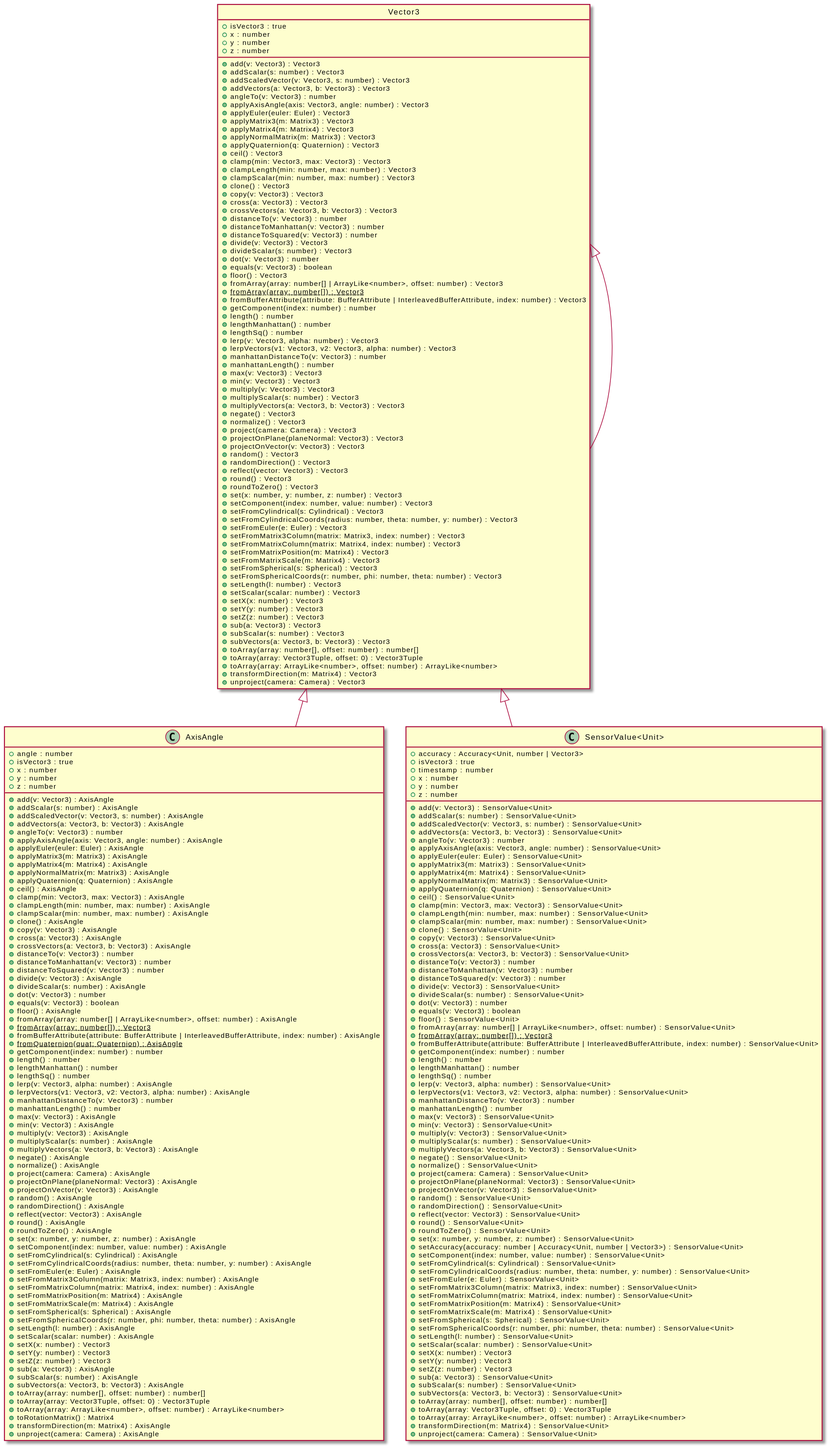
Before: assets/Vector3-umlClassDiagram-2186.svg, a diagram exported from PlantUML (OpenHPS/openhps-core). Its diagram source:
```plantuml
@startuml
skinparam BackgroundColor transparent
hide empty methods
hide empty fields
class "Vector3" {
    +isVector3 : true
    +x : number
    +y : number
    +z : number
    +add(v: Vector3) : Vector3
    +addScalar(s: number) : Vector3
    +addScaledVector(v: Vector3, s: number) : Vector3
    +addVectors(a: Vector3, b: Vector3) : Vector3
    +angleTo(v: Vector3) : number
    +applyAxisAngle(axis: Vector3, angle: number) : Vector3
    +applyEuler(euler: Euler) : Vector3
    +applyMatrix3(m: Matrix3) : Vector3
    +applyMatrix4(m: Matrix4) : Vector3
    +applyNormalMatrix(m: Matrix3) : Vector3
    +applyQuaternion(q: Quaternion) : Vector3
    +ceil() : Vector3
    +clamp(min: Vector3, max: Vector3) : Vector3
    +clampLength(min: number, max: number) : Vector3
    +clampScalar(min: number, max: number) : Vector3
    +clone() : Vector3
    +copy(v: Vector3) : Vector3
    +cross(a: Vector3) : Vector3
    +crossVectors(a: Vector3, b: Vector3) : Vector3
    +distanceTo(v: Vector3) : number
    +distanceToManhattan(v: Vector3) : number
    +distanceToSquared(v: Vector3) : number
    +divide(v: Vector3) : Vector3
    +divideScalar(s: number) : Vector3
    +dot(v: Vector3) : number
    +equals(v: Vector3) : boolean
    +floor() : Vector3
    +fromArray(array: number[] | ArrayLike<number>, offset: number) : Vector3
    {static} +fromArray(array: number[]) : Vector3
    +fromBufferAttribute(attribute: BufferAttribute | InterleavedBufferAttribute, index: number) : Vector3
    +getComponent(index: number) : number
    +length() : number
    +lengthManhattan() : number
    +lengthSq() : number
    +lerp(v: Vector3, alpha: number) : Vector3
    +lerpVectors(v1: Vector3, v2: Vector3, alpha: number) : Vector3
    +manhattanDistanceTo(v: Vector3) : number
    +manhattanLength() : number
    +max(v: Vector3) : Vector3
    +min(v: Vector3) : Vector3
    +multiply(v: Vector3) : Vector3
    +multiplyScalar(s: number) : Vector3
    +multiplyVectors(a: Vector3, b: Vector3) : Vector3
    +negate() : Vector3
    +normalize() : Vector3
    +project(camera: Camera) : Vector3
    +projectOnPlane(planeNormal: Vector3) : Vector3
    +projectOnVector(v: Vector3) : Vector3
    +random() : Vector3
    +randomDirection() : Vector3
    +reflect(vector: Vector3) : Vector3
    +round() : Vector3
    +roundToZero() : Vector3
    +set(x: number, y: number, z: number) : Vector3
    +setComponent(index: number, value: number) : Vector3
    +setFromCylindrical(s: Cylindrical) : Vector3
    +setFromCylindricalCoords(radius: number, theta: number, y: number) : Vector3
    +setFromEuler(e: Euler) : Vector3
    +setFromMatrix3Column(matrix: Matrix3, index: number) : Vector3
    +setFromMatrixColumn(matrix: Matrix4, index: number) : Vector3
    +setFromMatrixPosition(m: Matrix4) : Vector3
    +setFromMatrixScale(m: Matrix4) : Vector3
    +setFromSpherical(s: Spherical) : Vector3
    +setFromSphericalCoords(r: number, phi: number, theta: number) : Vector3
    +setLength(l: number) : Vector3
    +setScalar(scalar: number) : Vector3
    +setX(x: number) : Vector3
    +setY(y: number) : Vector3
    +setZ(z: number) : Vector3
    +sub(a: Vector3) : Vector3
    +subScalar(s: number) : Vector3
    +subVectors(a: Vector3, b: Vector3) : Vector3
    +toArray(array: number[], offset: number) : number[]
    +toArray(array: Vector3Tuple, offset: 0) : Vector3Tuple
    +toArray(array: ArrayLike<number>, offset: number) : ArrayLike<number>
    +transformDirection(m: Matrix4) : Vector3
    +unproject(camera: Camera) : Vector3
}
class "Vector3"
hide "Vector3" circle
"Vector3" <|-- "Vector3"
class "AxisAngle" {
    +angle : number
    +isVector3 : true
    +x : number
    +y : number
    +z : number
    +add(v: Vector3) : AxisAngle
    +addScalar(s: number) : AxisAngle
    +addScaledVector(v: Vector3, s: number) : AxisAngle
    +addVectors(a: Vector3, b: Vector3) : AxisAngle
    +angleTo(v: Vector3) : number
    +applyAxisAngle(axis: Vector3, angle: number) : AxisAngle
    +applyEuler(euler: Euler) : AxisAngle
    +applyMatrix3(m: Matrix3) : AxisAngle
    +applyMatrix4(m: Matrix4) : AxisAngle
    +applyNormalMatrix(m: Matrix3) : AxisAngle
    +applyQuaternion(q: Quaternion) : AxisAngle
    +ceil() : AxisAngle
    +clamp(min: Vector3, max: Vector3) : AxisAngle
    +clampLength(min: number, max: number) : AxisAngle
    +clampScalar(min: number, max: number) : AxisAngle
    +clone() : AxisAngle
    +copy(v: Vector3) : AxisAngle
    +cross(a: Vector3) : AxisAngle
    +crossVectors(a: Vector3, b: Vector3) : AxisAngle
    +distanceTo(v: Vector3) : number
    +distanceToManhattan(v: Vector3) : number
    +distanceToSquared(v: Vector3) : number
    +divide(v: Vector3) : AxisAngle
    +divideScalar(s: number) : AxisAngle
    +dot(v: Vector3) : number
    +equals(v: Vector3) : boolean
    +floor() : AxisAngle
    +fromArray(array: number[] | ArrayLike<number>, offset: number) : AxisAngle
    {static} +fromArray(array: number[]) : Vector3
    +fromBufferAttribute(attribute: BufferAttribute | InterleavedBufferAttribute, index: number) : AxisAngle
    {static} +fromQuaternion(quat: Quaternion) : AxisAngle
    +getComponent(index: number) : number
    +length() : number
    +lengthManhattan() : number
    +lengthSq() : number
    +lerp(v: Vector3, alpha: number) : AxisAngle
    +lerpVectors(v1: Vector3, v2: Vector3, alpha: number) : AxisAngle
    +manhattanDistanceTo(v: Vector3) : number
    +manhattanLength() : number
    +max(v: Vector3) : AxisAngle
    +min(v: Vector3) : AxisAngle
    +multiply(v: Vector3) : AxisAngle
    +multiplyScalar(s: number) : AxisAngle
    +multiplyVectors(a: Vector3, b: Vector3) : AxisAngle
    +negate() : AxisAngle
    +normalize() : AxisAngle
    +project(camera: Camera) : AxisAngle
    +projectOnPlane(planeNormal: Vector3) : AxisAngle
    +projectOnVector(v: Vector3) : AxisAngle
    +random() : AxisAngle
    +randomDirection() : AxisAngle
    +reflect(vector: Vector3) : AxisAngle
    +round() : AxisAngle
    +roundToZero() : AxisAngle
    +set(x: number, y: number, z: number) : AxisAngle
    +setComponent(index: number, value: number) : AxisAngle
    +setFromCylindrical(s: Cylindrical) : AxisAngle
    +setFromCylindricalCoords(radius: number, theta: number, y: number) : AxisAngle
    +setFromEuler(e: Euler) : AxisAngle
    +setFromMatrix3Column(matrix: Matrix3, index: number) : AxisAngle
    +setFromMatrixColumn(matrix: Matrix4, index: number) : AxisAngle
    +setFromMatrixPosition(m: Matrix4) : AxisAngle
    +setFromMatrixScale(m: Matrix4) : AxisAngle
    +setFromSpherical(s: Spherical) : AxisAngle
    +setFromSphericalCoords(r: number, phi: number, theta: number) : AxisAngle
    +setLength(l: number) : AxisAngle
    +setScalar(scalar: number) : AxisAngle
    +setX(x: number) : Vector3
    +setY(y: number) : Vector3
    +setZ(z: number) : Vector3
    +sub(a: Vector3) : AxisAngle
    +subScalar(s: number) : AxisAngle
    +subVectors(a: Vector3, b: Vector3) : AxisAngle
    +toArray(array: number[], offset: number) : number[]
    +toArray(array: Vector3Tuple, offset: 0) : Vector3Tuple
    +toArray(array: ArrayLike<number>, offset: number) : ArrayLike<number>
    +toRotationMatrix() : Matrix4
    +transformDirection(m: Matrix4) : AxisAngle
    +unproject(camera: Camera) : AxisAngle
}
"Vector3" <|-- "AxisAngle"
class "SensorValue<Unit>" {
    +accuracy : Accuracy<Unit, number | Vector3>
    +isVector3 : true
    +timestamp : number
    +x : number
    +y : number
    +z : number
    +add(v: Vector3) : SensorValue<Unit>
    +addScalar(s: number) : SensorValue<Unit>
    +addScaledVector(v: Vector3, s: number) : SensorValue<Unit>
    +addVectors(a: Vector3, b: Vector3) : SensorValue<Unit>
    +angleTo(v: Vector3) : number
    +applyAxisAngle(axis: Vector3, angle: number) : SensorValue<Unit>
    +applyEuler(euler: Euler) : SensorValue<Unit>
    +applyMatrix3(m: Matrix3) : SensorValue<Unit>
    +applyMatrix4(m: Matrix4) : SensorValue<Unit>
    +applyNormalMatrix(m: Matrix3) : SensorValue<Unit>
    +applyQuaternion(q: Quaternion) : SensorValue<Unit>
    +ceil() : SensorValue<Unit>
    +clamp(min: Vector3, max: Vector3) : SensorValue<Unit>
    +clampLength(min: number, max: number) : SensorValue<Unit>
    +clampScalar(min: number, max: number) : SensorValue<Unit>
    +clone() : SensorValue<Unit>
    +copy(v: Vector3) : SensorValue<Unit>
    +cross(a: Vector3) : SensorValue<Unit>
    +crossVectors(a: Vector3, b: Vector3) : SensorValue<Unit>
    +distanceTo(v: Vector3) : number
    +distanceToManhattan(v: Vector3) : number
    +distanceToSquared(v: Vector3) : number
    +divide(v: Vector3) : SensorValue<Unit>
    +divideScalar(s: number) : SensorValue<Unit>
    +dot(v: Vector3) : number
    +equals(v: Vector3) : boolean
    +floor() : SensorValue<Unit>
    +fromArray(array: number[] | ArrayLike<number>, offset: number) : SensorValue<Unit>
    {static} +fromArray(array: number[]) : Vector3
    +fromBufferAttribute(attribute: BufferAttribute | InterleavedBufferAttribute, index: number) : SensorValue<Unit>
    +getComponent(index: number) : number
    +length() : number
    +lengthManhattan() : number
    +lengthSq() : number
    +lerp(v: Vector3, alpha: number) : SensorValue<Unit>
    +lerpVectors(v1: Vector3, v2: Vector3, alpha: number) : SensorValue<Unit>
    +manhattanDistanceTo(v: Vector3) : number
    +manhattanLength() : number
    +max(v: Vector3) : SensorValue<Unit>
    +min(v: Vector3) : SensorValue<Unit>
    +multiply(v: Vector3) : SensorValue<Unit>
    +multiplyScalar(s: number) : SensorValue<Unit>
    +multiplyVectors(a: Vector3, b: Vector3) : SensorValue<Unit>
    +negate() : SensorValue<Unit>
    +normalize() : SensorValue<Unit>
    +project(camera: Camera) : SensorValue<Unit>
    +projectOnPlane(planeNormal: Vector3) : SensorValue<Unit>
    +projectOnVector(v: Vector3) : SensorValue<Unit>
    +random() : SensorValue<Unit>
    +randomDirection() : SensorValue<Unit>
    +reflect(vector: Vector3) : SensorValue<Unit>
    +round() : SensorValue<Unit>
    +roundToZero() : SensorValue<Unit>
    +set(x: number, y: number, z: number) : SensorValue<Unit>
    +setAccuracy(accuracy: number | Accuracy<Unit, number | Vector3>) : SensorValue<Unit>
    +setComponent(index: number, value: number) : SensorValue<Unit>
    +setFromCylindrical(s: Cylindrical) : SensorValue<Unit>
    +setFromCylindricalCoords(radius: number, theta: number, y: number) : SensorValue<Unit>
    +setFromEuler(e: Euler) : SensorValue<Unit>
    +setFromMatrix3Column(matrix: Matrix3, index: number) : SensorValue<Unit>
    +setFromMatrixColumn(matrix: Matrix4, index: number) : SensorValue<Unit>
    +setFromMatrixPosition(m: Matrix4) : SensorValue<Unit>
    +setFromMatrixScale(m: Matrix4) : SensorValue<Unit>
    +setFromSpherical(s: Spherical) : SensorValue<Unit>
    +setFromSphericalCoords(r: number, phi: number, theta: number) : SensorValue<Unit>
    +setLength(l: number) : SensorValue<Unit>
    +setScalar(scalar: number) : SensorValue<Unit>
    +setX(x: number) : Vector3
    +setY(y: number) : Vector3
    +setZ(z: number) : Vector3
    +sub(a: Vector3) : SensorValue<Unit>
    +subScalar(s: number) : SensorValue<Unit>
    +subVectors(a: Vector3, b: Vector3) : SensorValue<Unit>
    +toArray(array: number[], offset: number) : number[]
    +toArray(array: Vector3Tuple, offset: 0) : Vector3Tuple
    +toArray(array: ArrayLike<number>, offset: number) : ArrayLike<number>
    +transformDirection(m: Matrix4) : SensorValue<Unit>
    +unproject(camera: Camera) : SensorValue<Unit>
}
"Vector3" <|-- "SensorValue<Unit>"
@enduml
```
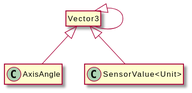
The same file after the commit.

Change to the diagram source:
```diff
@@ -3,263 +3,14 @@
 hide empty methods
 hide empty fields
 class "Vector3" {
-    +isVector3 : true
-    +x : number
-    +y : number
-    +z : number
-    +add(v: Vector3) : Vector3
-    +addScalar(s: number) : Vector3
-    +addScaledVector(v: Vector3, s: number) : Vector3
-    +addVectors(a: Vector3, b: Vector3) : Vector3
-    +angleTo(v: Vector3) : number
-    +applyAxisAngle(axis: Vector3, angle: number) : Vector3
-    +applyEuler(euler: Euler) : Vector3
-    +applyMatrix3(m: Matrix3) : Vector3
-    +applyMatrix4(m: Matrix4) : Vector3
-    +applyNormalMatrix(m: Matrix3) : Vector3
-    +applyQuaternion(q: Quaternion) : Vector3
-    +ceil() : Vector3
-    +clamp(min: Vector3, max: Vector3) : Vector3
-    +clampLength(min: number, max: number) : Vector3
-    +clampScalar(min: number, max: number) : Vector3
-    +clone() : Vector3
-    +copy(v: Vector3) : Vector3
-    +cross(a: Vector3) : Vector3
-    +crossVectors(a: Vector3, b: Vector3) : Vector3
-    +distanceTo(v: Vector3) : number
-    +distanceToManhattan(v: Vector3) : number
-    +distanceToSquared(v: Vector3) : number
-    +divide(v: Vector3) : Vector3
-    +divideScalar(s: number) : Vector3
-    +dot(v: Vector3) : number
-    +equals(v: Vector3) : boolean
-    +floor() : Vector3
-    +fromArray(array: number[] | ArrayLike<number>, offset: number) : Vector3
-    {static} +fromArray(array: number[]) : Vector3
-    +fromBufferAttribute(attribute: BufferAttribute | InterleavedBufferAttribute, index: number) : Vector3
-    +getComponent(index: number) : number
-    +length() : number
-    +lengthManhattan() : number
-    +lengthSq() : number
-    +lerp(v: Vector3, alpha: number) : Vector3
-    +lerpVectors(v1: Vector3, v2: Vector3, alpha: number) : Vector3
-    +manhattanDistanceTo(v: Vector3) : number
-    +manhattanLength() : number
-    +max(v: Vector3) : Vector3
-    +min(v: Vector3) : Vector3
-    +multiply(v: Vector3) : Vector3
-    +multiplyScalar(s: number) : Vector3
-    +multiplyVectors(a: Vector3, b: Vector3) : Vector3
-    +negate() : Vector3
-    +normalize() : Vector3
-    +project(camera: Camera) : Vector3
-    +projectOnPlane(planeNormal: Vector3) : Vector3
-    +projectOnVector(v: Vector3) : Vector3
-    +random() : Vector3
-    +randomDirection() : Vector3
-    +reflect(vector: Vector3) : Vector3
-    +round() : Vector3
-    +roundToZero() : Vector3
-    +set(x: number, y: number, z: number) : Vector3
-    +setComponent(index: number, value: number) : Vector3
-    +setFromCylindrical(s: Cylindrical) : Vector3
-    +setFromCylindricalCoords(radius: number, theta: number, y: number) : Vector3
-    +setFromEuler(e: Euler) : Vector3
-    +setFromMatrix3Column(matrix: Matrix3, index: number) : Vector3
-    +setFromMatrixColumn(matrix: Matrix4, index: number) : Vector3
-    +setFromMatrixPosition(m: Matrix4) : Vector3
-    +setFromMatrixScale(m: Matrix4) : Vector3
-    +setFromSpherical(s: Spherical) : Vector3
-    +setFromSphericalCoords(r: number, phi: number, theta: number) : Vector3
-    +setLength(l: number) : Vector3
-    +setScalar(scalar: number) : Vector3
-    +setX(x: number) : Vector3
-    +setY(y: number) : Vector3
-    +setZ(z: number) : Vector3
-    +sub(a: Vector3) : Vector3
-    +subScalar(s: number) : Vector3
-    +subVectors(a: Vector3, b: Vector3) : Vector3
-    +toArray(array: number[], offset: number) : number[]
-    +toArray(array: Vector3Tuple, offset: 0) : Vector3Tuple
-    +toArray(array: ArrayLike<number>, offset: number) : ArrayLike<number>
-    +transformDirection(m: Matrix4) : Vector3
-    +unproject(camera: Camera) : Vector3
 }
 class "Vector3"
 hide "Vector3" circle
 "Vector3" <|-- "Vector3"
 class "AxisAngle" {
-    +angle : number
-    +isVector3 : true
-    +x : number
-    +y : number
-    +z : number
-    +add(v: Vector3) : AxisAngle
-    +addScalar(s: number) : AxisAngle
-    +addScaledVector(v: Vector3, s: number) : AxisAngle
-    +addVectors(a: Vector3, b: Vector3) : AxisAngle
-    +angleTo(v: Vector3) : number
-    +applyAxisAngle(axis: Vector3, angle: number) : AxisAngle
-    +applyEuler(euler: Euler) : AxisAngle
-    +applyMatrix3(m: Matrix3) : AxisAngle
-    +applyMatrix4(m: Matrix4) : AxisAngle
-    +applyNormalMatrix(m: Matrix3) : AxisAngle
-    +applyQuaternion(q: Quaternion) : AxisAngle
-    +ceil() : AxisAngle
-    +clamp(min: Vector3, max: Vector3) : AxisAngle
-    +clampLength(min: number, max: number) : AxisAngle
-    +clampScalar(min: number, max: number) : AxisAngle
-    +clone() : AxisAngle
-    +copy(v: Vector3) : AxisAngle
-    +cross(a: Vector3) : AxisAngle
-    +crossVectors(a: Vector3, b: Vector3) : AxisAngle
-    +distanceTo(v: Vector3) : number
-    +distanceToManhattan(v: Vector3) : number
-    +distanceToSquared(v: Vector3) : number
-    +divide(v: Vector3) : AxisAngle
-    +divideScalar(s: number) : AxisAngle
-    +dot(v: Vector3) : number
-    +equals(v: Vector3) : boolean
-    +floor() : AxisAngle
-    +fromArray(array: number[] | ArrayLike<number>, offset: number) : AxisAngle
-    {static} +fromArray(array: number[]) : Vector3
-    +fromBufferAttribute(attribute: BufferAttribute | InterleavedBufferAttribute, index: number) : AxisAngle
-    {static} +fromQuaternion(quat: Quaternion) : AxisAngle
-    +getComponent(index: number) : number
-    +length() : number
-    +lengthManhattan() : number
-    +lengthSq() : number
-    +lerp(v: Vector3, alpha: number) : AxisAngle
-    +lerpVectors(v1: Vector3, v2: Vector3, alpha: number) : AxisAngle
-    +manhattanDistanceTo(v: Vector3) : number
-    +manhattanLength() : number
-    +max(v: Vector3) : AxisAngle
-    +min(v: Vector3) : AxisAngle
-    +multiply(v: Vector3) : AxisAngle
-    +multiplyScalar(s: number) : AxisAngle
-    +multiplyVectors(a: Vector3, b: Vector3) : AxisAngle
-    +negate() : AxisAngle
-    +normalize() : AxisAngle
-    +project(camera: Camera) : AxisAngle
-    +projectOnPlane(planeNormal: Vector3) : AxisAngle
-    +projectOnVector(v: Vector3) : AxisAngle
-    +random() : AxisAngle
-    +randomDirection() : AxisAngle
-    +reflect(vector: Vector3) : AxisAngle
-    +round() : AxisAngle
-    +roundToZero() : AxisAngle
-    +set(x: number, y: number, z: number) : AxisAngle
-    +setComponent(index: number, value: number) : AxisAngle
-    +setFromCylindrical(s: Cylindrical) : AxisAngle
-    +setFromCylindricalCoords(radius: number, theta: number, y: number) : AxisAngle
-    +setFromEuler(e: Euler) : AxisAngle
-    +setFromMatrix3Column(matrix: Matrix3, index: number) : AxisAngle
-    +setFromMatrixColumn(matrix: Matrix4, index: number) : AxisAngle
-    +setFromMatrixPosition(m: Matrix4) : AxisAngle
-    +setFromMatrixScale(m: Matrix4) : AxisAngle
-    +setFromSpherical(s: Spherical) : AxisAngle
-    +setFromSphericalCoords(r: number, phi: number, theta: number) : AxisAngle
-    +setLength(l: number) : AxisAngle
-    +setScalar(scalar: number) : AxisAngle
-    +setX(x: number) : Vector3
-    +setY(y: number) : Vector3
-    +setZ(z: number) : Vector3
-    +sub(a: Vector3) : AxisAngle
-    +subScalar(s: number) : AxisAngle
-    +subVectors(a: Vector3, b: Vector3) : AxisAngle
-    +toArray(array: number[], offset: number) : number[]
-    +toArray(array: Vector3Tuple, offset: 0) : Vector3Tuple
-    +toArray(array: ArrayLike<number>, offset: number) : ArrayLike<number>
-    +toRotationMatrix() : Matrix4
-    +transformDirection(m: Matrix4) : AxisAngle
-    +unproject(camera: Camera) : AxisAngle
 }
 "Vector3" <|-- "AxisAngle"
 class "SensorValue<Unit>" {
-    +accuracy : Accuracy<Unit, number | Vector3>
-    +isVector3 : true
-    +timestamp : number
-    +x : number
-    +y : number
-    +z : number
-    +add(v: Vector3) : SensorValue<Unit>
-    +addScalar(s: number) : SensorValue<Unit>
-    +addScaledVector(v: Vector3, s: number) : SensorValue<Unit>
-    +addVectors(a: Vector3, b: Vector3) : SensorValue<Unit>
-    +angleTo(v: Vector3) : number
-    +applyAxisAngle(axis: Vector3, angle: number) : SensorValue<Unit>
-    +applyEuler(euler: Euler) : SensorValue<Unit>
-    +applyMatrix3(m: Matrix3) : SensorValue<Unit>
-    +applyMatrix4(m: Matrix4) : SensorValue<Unit>
-    +applyNormalMatrix(m: Matrix3) : SensorValue<Unit>
-    +applyQuaternion(q: Quaternion) : SensorValue<Unit>
-    +ceil() : SensorValue<Unit>
-    +clamp(min: Vector3, max: Vector3) : SensorValue<Unit>
-    +clampLength(min: number, max: number) : SensorValue<Unit>
-    +clampScalar(min: number, max: number) : SensorValue<Unit>
-    +clone() : SensorValue<Unit>
-    +copy(v: Vector3) : SensorValue<Unit>
-    +cross(a: Vector3) : SensorValue<Unit>
-    +crossVectors(a: Vector3, b: Vector3) : SensorValue<Unit>
-    +distanceTo(v: Vector3) : number
-    +distanceToManhattan(v: Vector3) : number
-    +distanceToSquared(v: Vector3) : number
-    +divide(v: Vector3) : SensorValue<Unit>
-    +divideScalar(s: number) : SensorValue<Unit>
-    +dot(v: Vector3) : number
-    +equals(v: Vector3) : boolean
-    +floor() : SensorValue<Unit>
-    +fromArray(array: number[] | ArrayLike<number>, offset: number) : SensorValue<Unit>
-    {static} +fromArray(array: number[]) : Vector3
-    +fromBufferAttribute(attribute: BufferAttribute | InterleavedBufferAttribute, index: number) : SensorValue<Unit>
-    +getComponent(index: number) : number
-    +length() : number
-    +lengthManhattan() : number
-    +lengthSq() : number
-    +lerp(v: Vector3, alpha: number) : SensorValue<Unit>
-    +lerpVectors(v1: Vector3, v2: Vector3, alpha: number) : SensorValue<Unit>
-    +manhattanDistanceTo(v: Vector3) : number
-    +manhattanLength() : number
-    +max(v: Vector3) : SensorValue<Unit>
-    +min(v: Vector3) : SensorValue<Unit>
-    +multiply(v: Vector3) : SensorValue<Unit>
-    +multiplyScalar(s: number) : SensorValue<Unit>
-    +multiplyVectors(a: Vector3, b: Vector3) : SensorValue<Unit>
-    +negate() : SensorValue<Unit>
-    +normalize() : SensorValue<Unit>
-    +project(camera: Camera) : SensorValue<Unit>
-    +projectOnPlane(planeNormal: Vector3) : SensorValue<Unit>
-    +projectOnVector(v: Vector3) : SensorValue<Unit>
-    +random() : SensorValue<Unit>
-    +randomDirection() : SensorValue<Unit>
-    +reflect(vector: Vector3) : SensorValue<Unit>
-    +round() : SensorValue<Unit>
-    +roundToZero() : SensorValue<Unit>
-    +set(x: number, y: number, z: number) : SensorValue<Unit>
-    +setAccuracy(accuracy: number | Accuracy<Unit, number | Vector3>) : SensorValue<Unit>
-    +setComponent(index: number, value: number) : SensorValue<Unit>
-    +setFromCylindrical(s: Cylindrical) : SensorValue<Unit>
-    +setFromCylindricalCoords(radius: number, theta: number, y: number) : SensorValue<Unit>
-    +setFromEuler(e: Euler) : SensorValue<Unit>
-    +setFromMatrix3Column(matrix: Matrix3, index: number) : SensorValue<Unit>
-    +setFromMatrixColumn(matrix: Matrix4, index: number) : SensorValue<Unit>
-    +setFromMatrixPosition(m: Matrix4) : SensorValue<Unit>
-    +setFromMatrixScale(m: Matrix4) : SensorValue<Unit>
-    +setFromSpherical(s: Spherical) : SensorValue<Unit>
-    +setFromSphericalCoords(r: number, phi: number, theta: number) : SensorValue<Unit>
-    +setLength(l: number) : SensorValue<Unit>
-    +setScalar(scalar: number) : SensorValue<Unit>
-    +setX(x: number) : Vector3
-    +setY(y: number) : Vector3
-    +setZ(z: number) : Vector3
-    +sub(a: Vector3) : SensorValue<Unit>
-    +subScalar(s: number) : SensorValue<Unit>
-    +subVectors(a: Vector3, b: Vector3) : SensorValue<Unit>
-    +toArray(array: number[], offset: number) : number[]
-    +toArray(array: Vector3Tuple, offset: 0) : Vector3Tuple
-    +toArray(array: ArrayLike<number>, offset: number) : ArrayLike<number>
-    +transformDirection(m: Matrix4) : SensorValue<Unit>
-    +unproject(camera: Camera) : SensorValue<Unit>
 }
 "Vector3" <|-- "SensorValue<Unit>"
 @enduml
```
